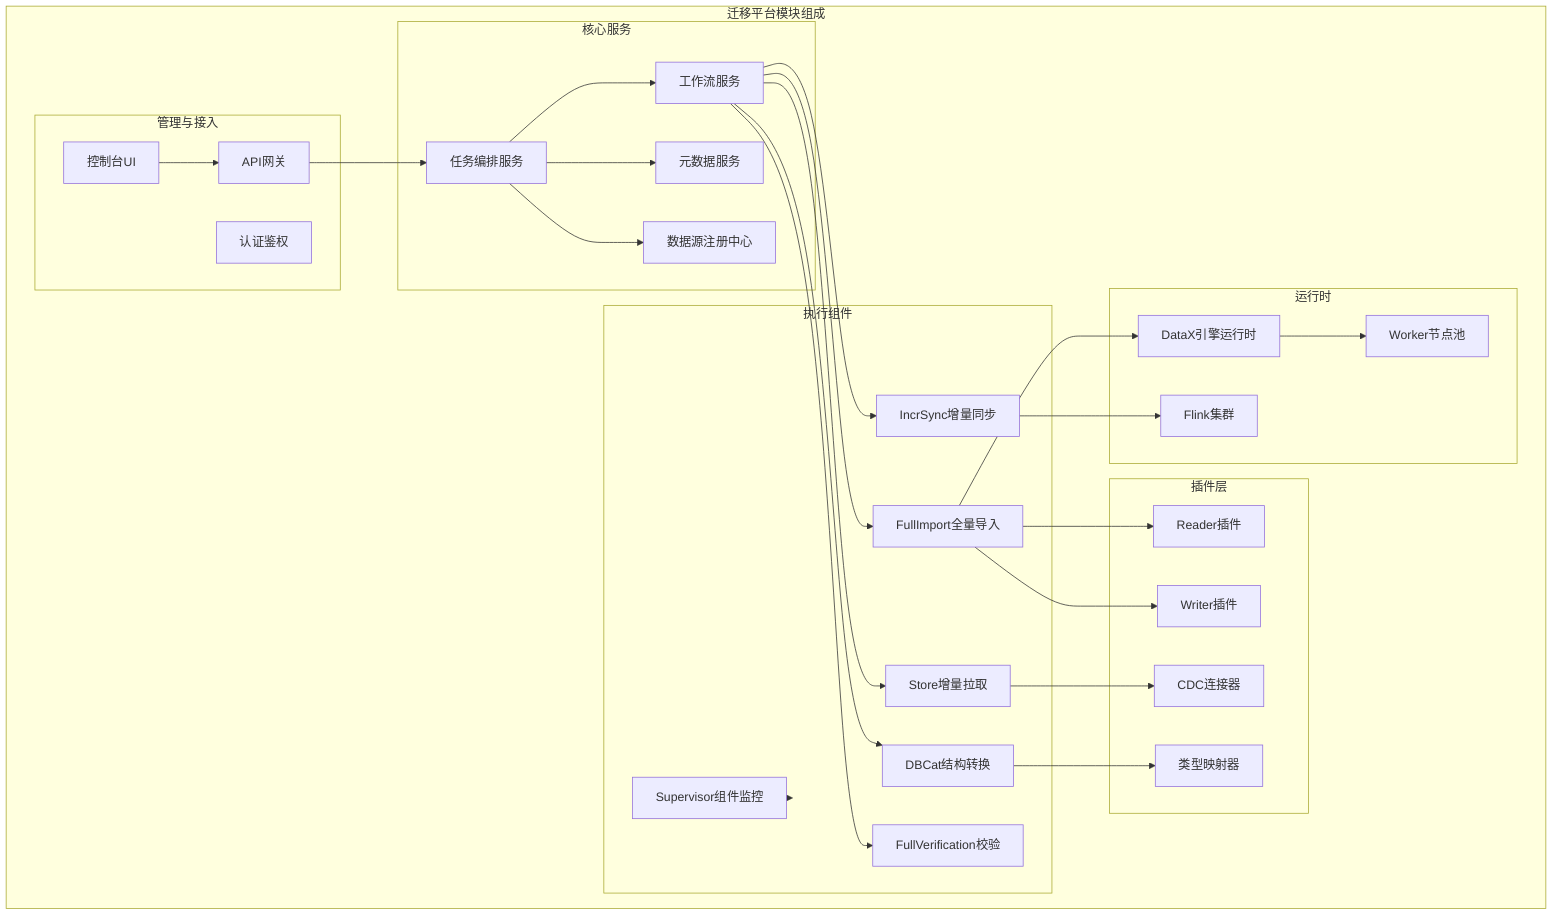
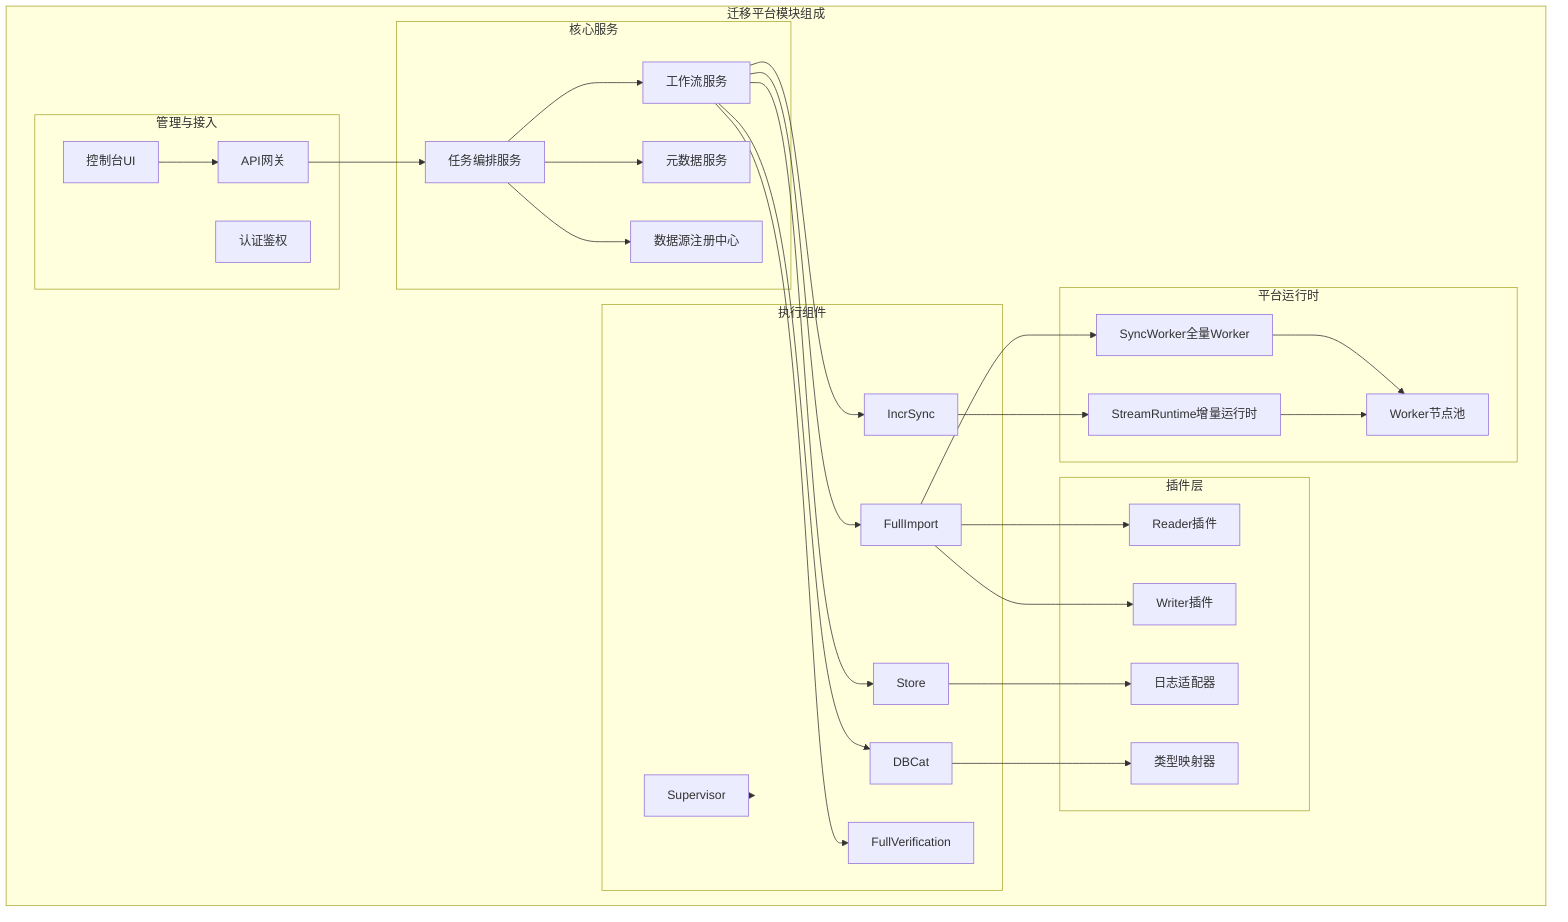
flowchart TB
    subgraph platform [迁移平台模块组成]
        subgraph mgmt [管理与接入]
            ConsoleUI[控制台UI]
            APIGateway[API网关]
            AuthModule[认证鉴权]
        end

        subgraph core [核心服务]
            OrchestratorSvc[任务编排服务]
            WorkflowSvc[工作流服务]
            MetadataSvc[元数据服务]
            DSRegistry[数据源注册中心]
        end

        subgraph engines [执行组件]
-             DBCat[DBCat结构转换]
-             FullImport[FullImport全量导入]
-             Store[Store增量拉取]
-             IncrSync[IncrSync增量同步]
-             Checker[FullVerification校验]
-             Supervisor[Supervisor组件监控]
+             DBCat[DBCat]
+             FullImport[FullImport]
+             Store[Store]
+             IncrSync[IncrSync]
+             Checker[FullVerification]
+             Supervisor[Supervisor]
        end

        subgraph plugins [插件层]
            ReaderPlugins[Reader插件]
            WriterPlugins[Writer插件]
-             CDCConnectors[CDC连接器]
+             LogAdapters[日志适配器]
            TypeMapper[类型映射器]
        end

-         subgraph runtime [运行时]
-             DataXRuntime[DataX引擎运行时]
-             FlinkCluster[Flink集群]
+         subgraph runtime [平台运行时]
+             SyncWorker[SyncWorker全量Worker]
+             StreamRuntime[StreamRuntime增量运行时]
            WorkerPool[Worker节点池]
        end
    end

    ConsoleUI --> APIGateway
    APIGateway --> OrchestratorSvc
    OrchestratorSvc --> WorkflowSvc
    OrchestratorSvc --> MetadataSvc
    OrchestratorSvc --> DSRegistry
    WorkflowSvc --> DBCat
    WorkflowSvc --> FullImport
    WorkflowSvc --> Store
    WorkflowSvc --> IncrSync
    WorkflowSvc --> Checker
    Supervisor --> engines
-     FullImport --> DataXRuntime
+     FullImport --> SyncWorker
    FullImport --> ReaderPlugins
    FullImport --> WriterPlugins
-     Store --> CDCConnectors
-     IncrSync --> FlinkCluster
+     Store --> LogAdapters
+     IncrSync --> StreamRuntime
    DBCat --> TypeMapper
-     DataXRuntime --> WorkerPool
+     SyncWorker --> WorkerPool
+     StreamRuntime --> WorkerPool
